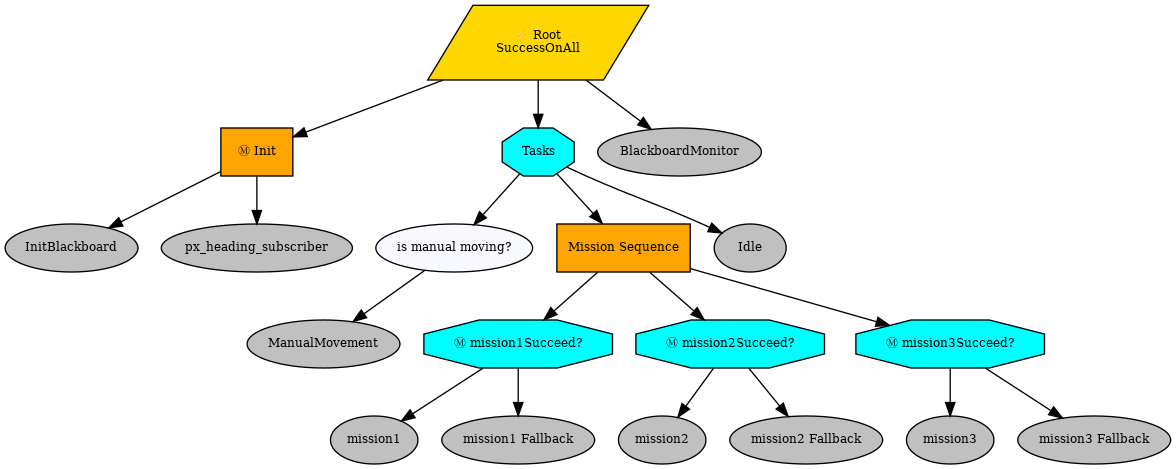
Above: root.png in AMV-UI/KKI-25 (Graphviz), before the change. Its source is kept beside it as root.dot. Source of this version:
```dot
digraph pastafarianism {
ordering=out;
graph [fontname="times-roman"];
node [fontname="times-roman"];
edge [fontname="times-roman"];
Root [fillcolor=gold, fontcolor=black, fontsize=9, label="⚡ Root\nSuccessOnAll", shape=parallelogram, style=filled];
Init [fillcolor=orange, fontcolor=black, fontsize=9, label="Ⓜ Init", shape=box, style=filled];
Root -> Init;
InitBlackboard [fillcolor=gray, fontcolor=black, fontsize=9, label=InitBlackboard, shape=ellipse, style=filled];
Init -> InitBlackboard;
px_heading_subscriber [fillcolor=gray, fontcolor=black, fontsize=9, label=px_heading_subscriber, shape=ellipse, style=filled];
Init -> px_heading_subscriber;
Tasks [fillcolor=cyan, fontcolor=black, fontsize=9, label=Tasks, shape=octagon, style=filled];
Root -> Tasks;
"is manual moving?" [fillcolor=ghostwhite, fontcolor=black, fontsize=9, label="is manual moving?", shape=ellipse, style=filled];
Tasks -> "is manual moving?";
ManualMovement [fillcolor=gray, fontcolor=black, fontsize=9, label=ManualMovement, shape=ellipse, style=filled];
"is manual moving?" -> ManualMovement;
"Mission Sequence" [fillcolor=orange, fontcolor=black, fontsize=9, label="Mission Sequence", shape=box, style=filled];
Tasks -> "Mission Sequence";
"mission1Succeed?" [fillcolor=cyan, fontcolor=black, fontsize=9, label="Ⓜ mission1Succeed?", shape=octagon, style=filled];
"Mission Sequence" -> "mission1Succeed?";
mission1 [fillcolor=gray, fontcolor=black, fontsize=9, label=mission1, shape=ellipse, style=filled];
"mission1Succeed?" -> mission1;
"mission1 Fallback" [fillcolor=gray, fontcolor=black, fontsize=9, label="mission1 Fallback", shape=ellipse, style=filled];
"mission1Succeed?" -> "mission1 Fallback";
"mission2Succeed?" [fillcolor=cyan, fontcolor=black, fontsize=9, label="Ⓜ mission2Succeed?", shape=octagon, style=filled];
"Mission Sequence" -> "mission2Succeed?";
mission2 [fillcolor=gray, fontcolor=black, fontsize=9, label=mission2, shape=ellipse, style=filled];
"mission2Succeed?" -> mission2;
"mission2 Fallback" [fillcolor=gray, fontcolor=black, fontsize=9, label="mission2 Fallback", shape=ellipse, style=filled];
"mission2Succeed?" -> "mission2 Fallback";
"mission3Succeed?" [fillcolor=cyan, fontcolor=black, fontsize=9, label="Ⓜ mission3Succeed?", shape=octagon, style=filled];
"Mission Sequence" -> "mission3Succeed?";
mission3 [fillcolor=gray, fontcolor=black, fontsize=9, label=mission3, shape=ellipse, style=filled];
"mission3Succeed?" -> mission3;
"mission3 Fallback" [fillcolor=gray, fontcolor=black, fontsize=9, label="mission3 Fallback", shape=ellipse, style=filled];
"mission3Succeed?" -> "mission3 Fallback";
Idle [fillcolor=gray, fontcolor=black, fontsize=9, label=Idle, shape=ellipse, style=filled];
Tasks -> Idle;
BlackboardMonitor [fillcolor=gray, fontcolor=black, fontsize=9, label=BlackboardMonitor, shape=ellipse, style=filled];
Root -> BlackboardMonitor;
}
```
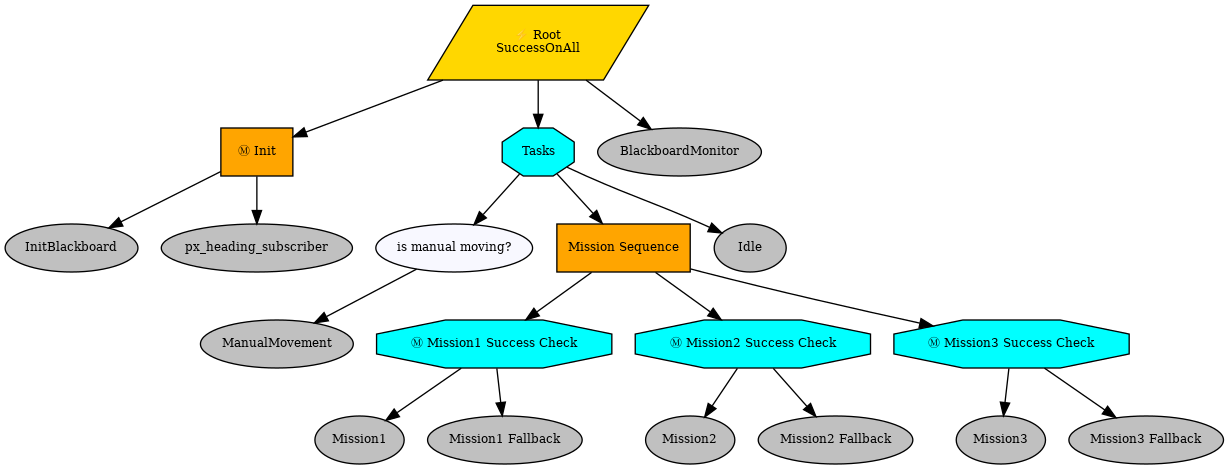
Later version of the same file.

Commit message:
dev: progress on refactoring, still has problems on fallback not executing properly

What changed in the source:
```diff
@@ -18,24 +18,24 @@
 "is manual moving?" -> ManualMovement;
 "Mission Sequence" [fillcolor=orange, fontcolor=black, fontsize=9, label="Mission Sequence", shape=box, style=filled];
 Tasks -> "Mission Sequence";
-"mission1Succeed?" [fillcolor=cyan, fontcolor=black, fontsize=9, label="Ⓜ mission1Succeed?", shape=octagon, style=filled];
-"Mission Sequence" -> "mission1Succeed?";
-mission1 [fillcolor=gray, fontcolor=black, fontsize=9, label=mission1, shape=ellipse, style=filled];
-"mission1Succeed?" -> mission1;
-"mission1 Fallback" [fillcolor=gray, fontcolor=black, fontsize=9, label="mission1 Fallback", shape=ellipse, style=filled];
-"mission1Succeed?" -> "mission1 Fallback";
-"mission2Succeed?" [fillcolor=cyan, fontcolor=black, fontsize=9, label="Ⓜ mission2Succeed?", shape=octagon, style=filled];
-"Mission Sequence" -> "mission2Succeed?";
-mission2 [fillcolor=gray, fontcolor=black, fontsize=9, label=mission2, shape=ellipse, style=filled];
-"mission2Succeed?" -> mission2;
-"mission2 Fallback" [fillcolor=gray, fontcolor=black, fontsize=9, label="mission2 Fallback", shape=ellipse, style=filled];
-"mission2Succeed?" -> "mission2 Fallback";
-"mission3Succeed?" [fillcolor=cyan, fontcolor=black, fontsize=9, label="Ⓜ mission3Succeed?", shape=octagon, style=filled];
-"Mission Sequence" -> "mission3Succeed?";
-mission3 [fillcolor=gray, fontcolor=black, fontsize=9, label=mission3, shape=ellipse, style=filled];
-"mission3Succeed?" -> mission3;
-"mission3 Fallback" [fillcolor=gray, fontcolor=black, fontsize=9, label="mission3 Fallback", shape=ellipse, style=filled];
-"mission3Succeed?" -> "mission3 Fallback";
+"Mission1 Success Check" [fillcolor=cyan, fontcolor=black, fontsize=9, label="Ⓜ Mission1 Success Check", shape=octagon, style=filled];
+"Mission Sequence" -> "Mission1 Success Check";
+Mission1 [fillcolor=gray, fontcolor=black, fontsize=9, label=Mission1, shape=ellipse, style=filled];
+"Mission1 Success Check" -> Mission1;
+"Mission1 Fallback" [fillcolor=gray, fontcolor=black, fontsize=9, label="Mission1 Fallback", shape=ellipse, style=filled];
+"Mission1 Success Check" -> "Mission1 Fallback";
+"Mission2 Success Check" [fillcolor=cyan, fontcolor=black, fontsize=9, label="Ⓜ Mission2 Success Check", shape=octagon, style=filled];
+"Mission Sequence" -> "Mission2 Success Check";
+Mission2 [fillcolor=gray, fontcolor=black, fontsize=9, label=Mission2, shape=ellipse, style=filled];
+"Mission2 Success Check" -> Mission2;
+"Mission2 Fallback" [fillcolor=gray, fontcolor=black, fontsize=9, label="Mission2 Fallback", shape=ellipse, style=filled];
+"Mission2 Success Check" -> "Mission2 Fallback";
+"Mission3 Success Check" [fillcolor=cyan, fontcolor=black, fontsize=9, label="Ⓜ Mission3 Success Check", shape=octagon, style=filled];
+"Mission Sequence" -> "Mission3 Success Check";
+Mission3 [fillcolor=gray, fontcolor=black, fontsize=9, label=Mission3, shape=ellipse, style=filled];
+"Mission3 Success Check" -> Mission3;
+"Mission3 Fallback" [fillcolor=gray, fontcolor=black, fontsize=9, label="Mission3 Fallback", shape=ellipse, style=filled];
+"Mission3 Success Check" -> "Mission3 Fallback";
 Idle [fillcolor=gray, fontcolor=black, fontsize=9, label=Idle, shape=ellipse, style=filled];
 Tasks -> Idle;
 BlackboardMonitor [fillcolor=gray, fontcolor=black, fontsize=9, label=BlackboardMonitor, shape=ellipse, style=filled];
```
